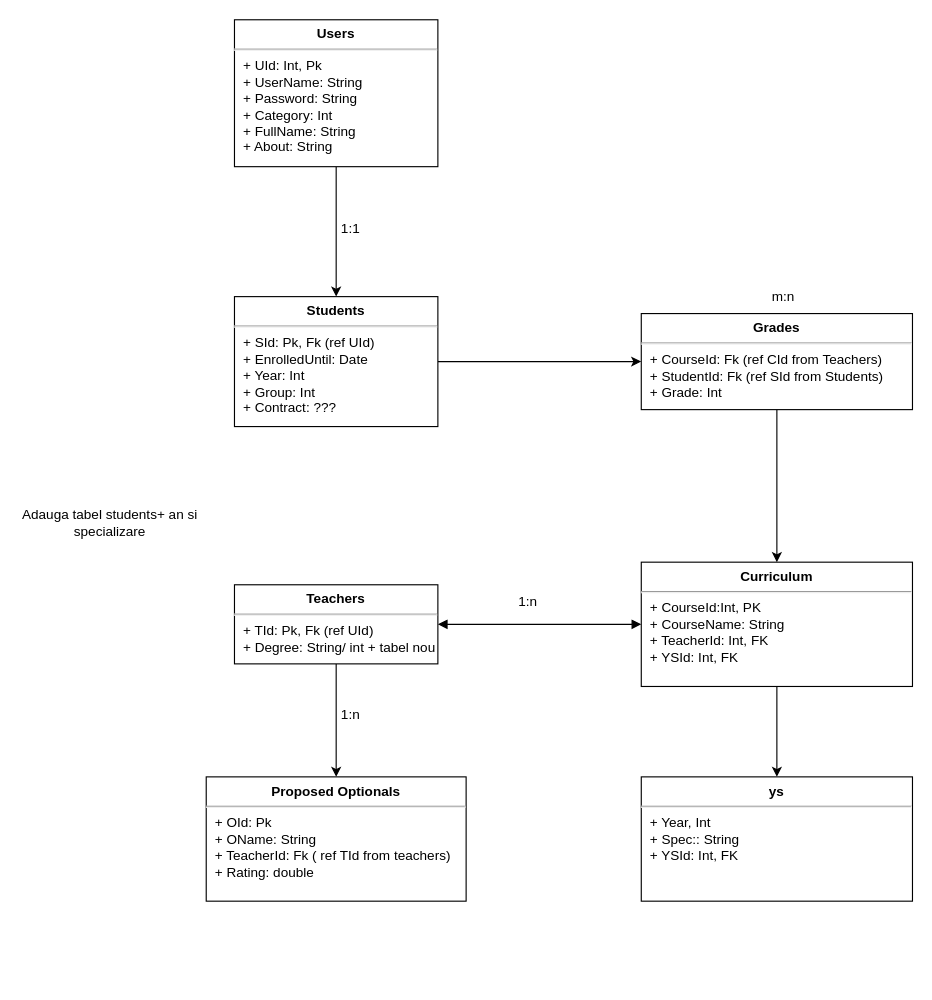
iss-project-pisicile-salbatice/AcademicManagementSystem keeps this draw.io diagram as DatabaseDiagram.drawio. Above is the earlier version. Source tidied: cells renumbered, new cells numbered last; positions are measured from the earlier drawing's top-left corner, leaving out a move shared by most shapes. Both pictures are drawn from the tidied source at 113%, with x=0, y=0 at pixel (19, 19).
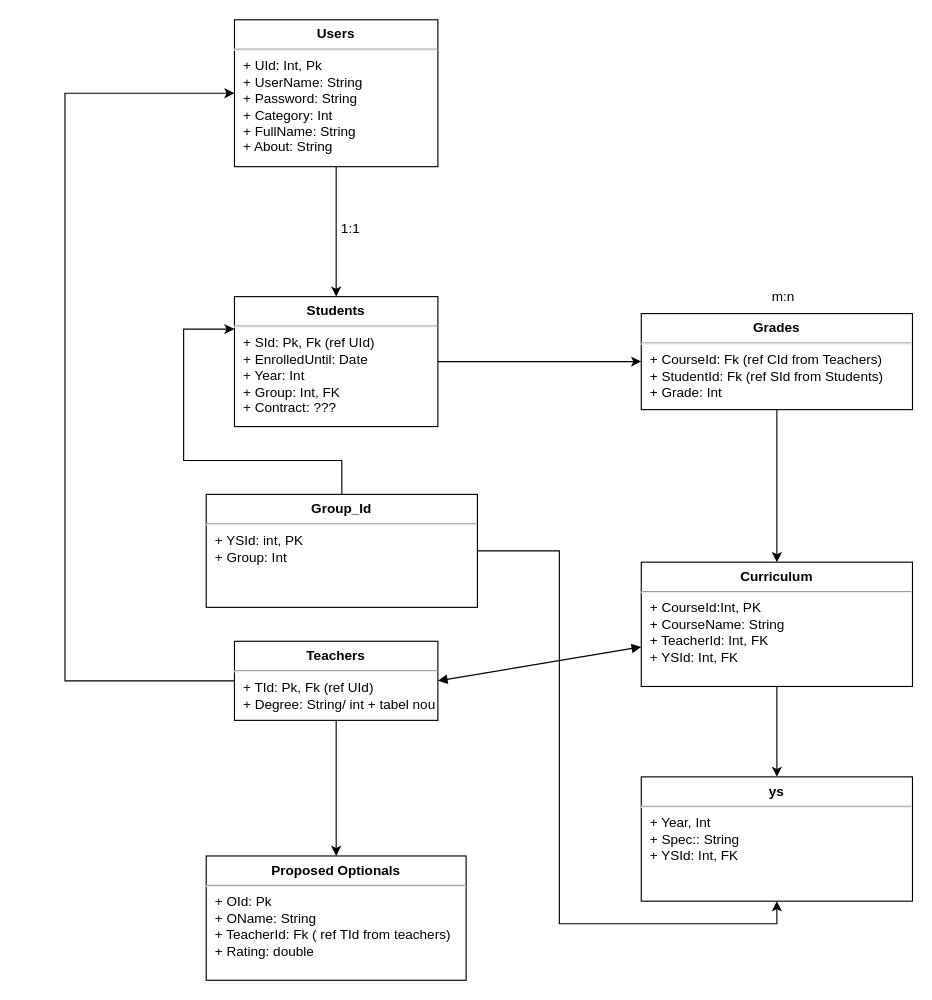
After the change.

The change refers to these unchanged cells:
```xml
<mxCell id="3" value="&lt;p style=&quot;margin: 0px ; margin-top: 6px ; text-align: center&quot;&gt;&lt;b&gt;Users&lt;/b&gt;&lt;/p&gt;&lt;hr&gt;&lt;p style=&quot;margin: 0px ; margin-left: 8px&quot;&gt;+ UId: Int, Pk&lt;br&gt;+ UserName: String&lt;/p&gt;&lt;p style=&quot;margin: 0px ; margin-left: 8px&quot;&gt;+ Password: String&lt;/p&gt;&lt;p style=&quot;margin: 0px ; margin-left: 8px&quot;&gt;+ Category: Int&lt;/p&gt;&lt;p style=&quot;margin: 0px ; margin-left: 8px&quot;&gt;+ FullName: String&lt;/p&gt;&lt;p style=&quot;margin: 0px ; margin-left: 8px&quot;&gt;+ About: String&lt;/p&gt;" style="align=left;overflow=fill;html=1;" parent="1" vertex="1">
  <mxGeometry x="190" width="180" height="130" as="geometry" />
</mxCell>
<mxCell id="18" value="&lt;p style=&quot;margin: 0px ; margin-top: 6px ; text-align: center&quot;&gt;&lt;b&gt;ys&lt;/b&gt;&lt;/p&gt;&lt;hr&gt;&lt;p style=&quot;margin: 0px ; margin-left: 8px&quot;&gt;+ Year, Int&lt;br&gt;+ Spec:: String&lt;/p&gt;&lt;p style=&quot;margin: 0px ; margin-left: 8px&quot;&gt;&lt;span&gt;+ YSId: Int, FK&lt;/span&gt;&lt;br&gt;&lt;/p&gt;&lt;p style=&quot;margin: 0px ; margin-left: 8px&quot;&gt;&lt;br&gt;&lt;/p&gt;" style="align=left;overflow=fill;html=1;" parent="1" vertex="1">
  <mxGeometry x="550" y="670" width="240" height="110" as="geometry" />
</mxCell>
```

Diff of the diagram source:
```diff
@@
-    <mxCell id="5" value="&lt;p style=&quot;margin: 0px ; margin-top: 6px ; text-align: center&quot;&gt;&lt;b&gt;Students&lt;/b&gt;&lt;/p&gt;&lt;hr&gt;&lt;p style=&quot;margin: 0px ; margin-left: 8px&quot;&gt;+ SId: Pk, Fk (ref UId)&lt;br&gt;+ EnrolledUntil: Date&lt;/p&gt;&lt;p style=&quot;margin: 0px ; margin-left: 8px&quot;&gt;+ Year: Int&lt;/p&gt;&lt;p style=&quot;margin: 0px ; margin-left: 8px&quot;&gt;+ Group: Int&lt;/p&gt;&lt;p style=&quot;margin: 0px ; margin-left: 8px&quot;&gt;+ Contract: ???&lt;/p&gt;" style="align=left;overflow=fill;html=1;" parent="1" vertex="1">
+    <mxCell id="5" value="&lt;p style=&quot;margin: 0px ; margin-top: 6px ; text-align: center&quot;&gt;&lt;b&gt;Students&lt;/b&gt;&lt;/p&gt;&lt;hr&gt;&lt;p style=&quot;margin: 0px ; margin-left: 8px&quot;&gt;+ SId: Pk, Fk (ref UId)&lt;br&gt;+ EnrolledUntil: Date&lt;/p&gt;&lt;p style=&quot;margin: 0px ; margin-left: 8px&quot;&gt;+ Year: Int&lt;/p&gt;&lt;p style=&quot;margin: 0px ; margin-left: 8px&quot;&gt;+ Group: Int, FK&lt;/p&gt;&lt;p style=&quot;margin: 0px ; margin-left: 8px&quot;&gt;+ Contract: ???&lt;/p&gt;" style="align=left;overflow=fill;html=1;" parent="1" vertex="1">
       <mxGeometry x="190" y="245" width="180" height="115" as="geometry" />
     </mxCell>
@@
+    <mxCell id="20" style="edgeStyle=orthogonalEdgeStyle;rounded=0;jettySize=auto;html=1;entryX=0;entryY=0.5;entryDx=0;entryDy=0;" parent="1" edge="1" source="13" target="3">
+      <mxGeometry relative="1" as="geometry">
+        <Array as="points">
+          <mxPoint x="40" y="585" />
+          <mxPoint x="40" y="65" />
+        </Array>
+      </mxGeometry>
+    </mxCell>
     <mxCell id="13" value="&lt;p style=&quot;margin: 0px ; margin-top: 6px ; text-align: center&quot;&gt;&lt;b&gt;Teachers&lt;/b&gt;&lt;/p&gt;&lt;hr&gt;&lt;p style=&quot;margin: 0px ; margin-left: 8px&quot;&gt;+ TId: Pk, Fk (ref UId)&lt;br&gt;+ Degree: String/ int + tabel nou&lt;/p&gt;&lt;p style=&quot;margin: 0px ; margin-left: 8px&quot;&gt;&lt;br&gt;&lt;/p&gt;" style="align=left;overflow=fill;html=1;" parent="1" vertex="1">
-      <mxGeometry x="190" y="500" width="180" height="70" as="geometry" />
+      <mxGeometry x="190" y="550" width="180" height="70" as="geometry" />
     </mxCell>
@@
-    <mxCell id="15" value="1:n" style="text;html=1;strokeColor=none;fillColor=none;align=center;verticalAlign=middle;whiteSpace=wrap;rounded=0;" parent="1" vertex="1">
-      <mxGeometry x="420" y="500" width="60" height="30" as="geometry" />
-    </mxCell>
     <mxCell id="16" value="&lt;p style=&quot;margin: 0px ; margin-top: 6px ; text-align: center&quot;&gt;&lt;b&gt;Proposed Optionals&lt;/b&gt;&lt;/p&gt;&lt;hr&gt;&lt;p style=&quot;margin: 0px ; margin-left: 8px&quot;&gt;+ OId: Pk&lt;br&gt;+ OName: String&lt;/p&gt;&lt;p style=&quot;margin: 0px ; margin-left: 8px&quot;&gt;+ TeacherId: Fk ( ref TId from teachers)&lt;br&gt;+ Rating: double&lt;/p&gt;&lt;p style=&quot;margin: 0px ; margin-left: 8px&quot;&gt;&lt;br&gt;&lt;/p&gt;" style="align=left;overflow=fill;html=1;" parent="1" vertex="1">
-      <mxGeometry x="165" y="670" width="230" height="110" as="geometry" />
+      <mxGeometry x="165" y="740" width="230" height="110" as="geometry" />
     </mxCell>
-    <mxCell id="17" value="1:n" style="text;html=1;strokeColor=none;fillColor=none;align=center;verticalAlign=middle;whiteSpace=wrap;rounded=0;" parent="1" vertex="1">
-      <mxGeometry x="263" y="600" width="60" height="30" as="geometry" />
-    </mxCell>
@@
-    <mxCell id="19" value="Adauga tabel students+ an si specializare" style="text;html=1;strokeColor=none;fillColor=none;align=center;verticalAlign=middle;whiteSpace=wrap;rounded=0;" parent="1" vertex="1">
-      <mxGeometry y="370" width="160" height="150" as="geometry" />
-    </mxCell>
+    <mxCell id="21" style="edgeStyle=orthogonalEdgeStyle;rounded=0;jettySize=auto;html=1;entryX=0;entryY=0.25;entryDx=0;entryDy=0;" parent="1" edge="1" source="23" target="5">
+      <mxGeometry relative="1" as="geometry" />
+    </mxCell>
+    <mxCell id="22" style="edgeStyle=orthogonalEdgeStyle;rounded=0;jettySize=auto;html=1;entryX=0.5;entryY=1;entryDx=0;entryDy=0;" parent="1" edge="1" source="23" target="18">
+      <mxGeometry relative="1" as="geometry" />
+    </mxCell>
+    <mxCell id="23" value="&lt;p style=&quot;margin: 0px ; margin-top: 6px ; text-align: center&quot;&gt;&lt;b&gt;Group_Id&lt;/b&gt;&lt;/p&gt;&lt;hr&gt;&lt;p style=&quot;margin: 0px ; margin-left: 8px&quot;&gt;+ YSId: int, PK&lt;br&gt;&lt;/p&gt;&lt;p style=&quot;margin: 0px ; margin-left: 8px&quot;&gt;&lt;span&gt;+ Group: Int&lt;/span&gt;&lt;br&gt;&lt;/p&gt;&lt;p style=&quot;margin: 0px ; margin-left: 8px&quot;&gt;&lt;br&gt;&lt;/p&gt;" style="align=left;overflow=fill;html=1;" parent="1" vertex="1">
+      <mxGeometry x="165" y="420" width="240" height="100" as="geometry" />
+    </mxCell>
```
